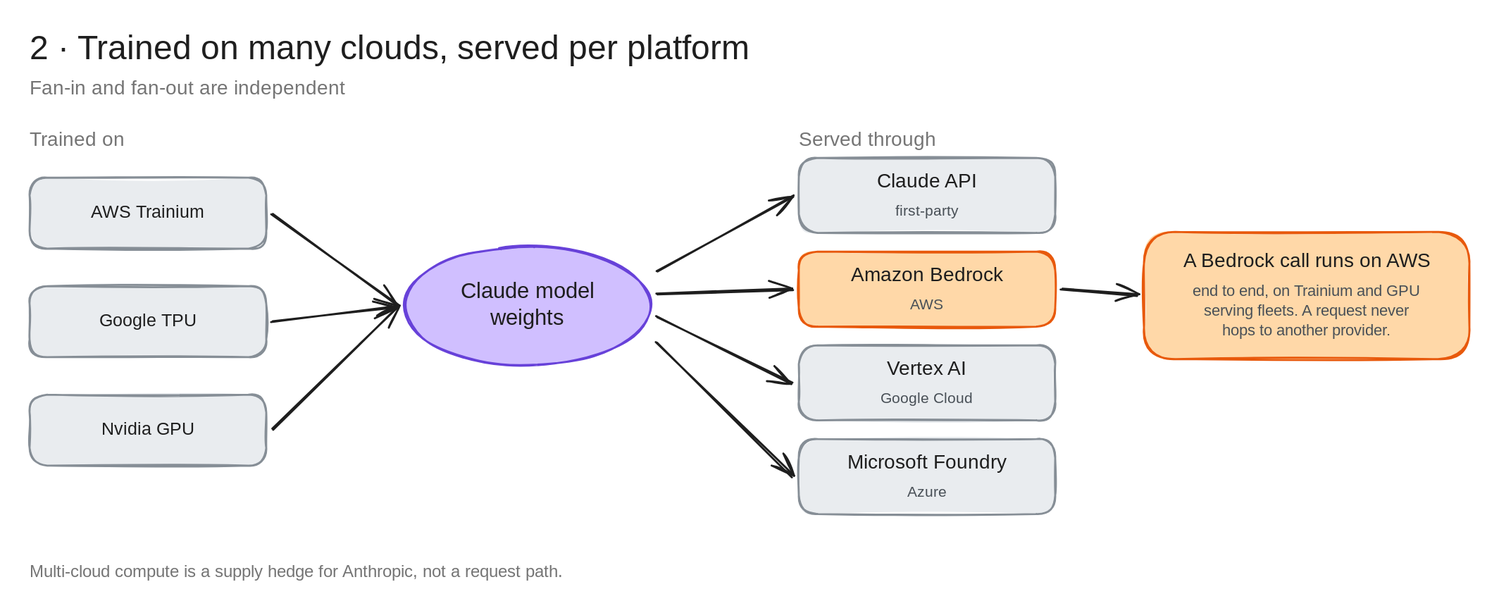
This is architecture-diagrams/claude-on-bedrock-excalidraw/diagrams/2-distribution.excalidraw.svg from bsnehanshu/slides, a Excalidraw export, as it was before one commit. Source tidied: one line per element, renumbered; positions are measured from the earlier drawing's top-left corner, leaving out a move shared by most shapes.
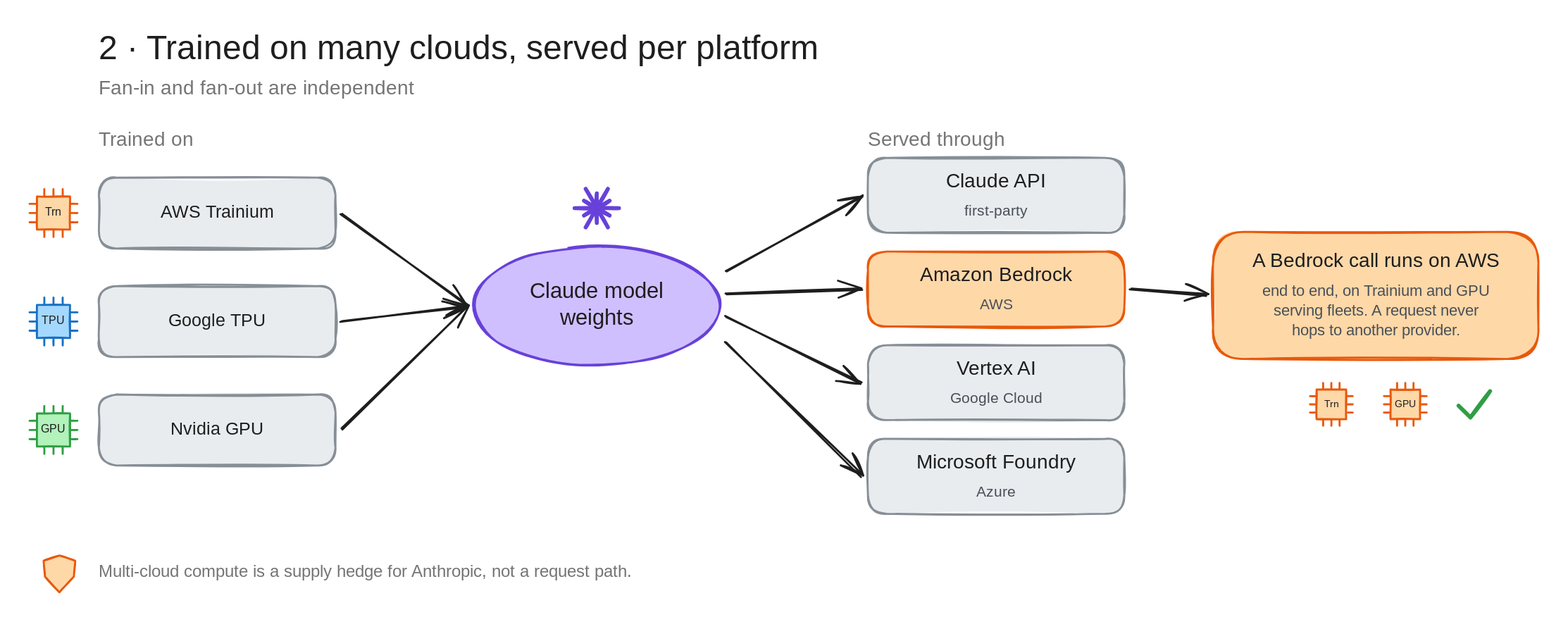
Above is the later version.

What changed in the source:
```diff
@@ -33,4 +33,88 @@
 {"id": 32, "type": "text", "text": "A Bedrock call runs on AWS", "strokeColor": "#1e1e1e", "strokeWidth": 2, "roughness": 1, "fontSize": 20, "fontFamily": 5, "textAlign": "center", "x": 1160, "y": 223, "width": 270, "height": 25}
 {"id": 33, "type": "text", "text": "end to end, on Trainium and GPU\nserving fleets. A request never\nhops to another provider.", "strokeColor": "#495057", "strokeWidth": 2, "roughness": 1, "fontSize": 16, "fontFamily": 5, "textAlign": "center", "x": 1164, "y": 256, "width": 261, "height": 60}
 {"id": 34, "type": "arrow", "strokeColor": "#1e1e1e", "strokeWidth": 2, "roughness": 1, "endArrowhead": "arrow", "round": true, "from": 15, "to": 31, "x": 1046, "y": 263, "width": 78, "height": 6, "points": [[0, 0], [78, 6]]}
+{"id": 36, "type": "line", "strokeColor": "#e8590c", "strokeWidth": 2, "roughness": 1, "x": -55, "y": 162, "width": 0, "height": 7, "points": [[0, 0], [0, 7]]}
+{"id": 37, "type": "line", "strokeColor": "#e8590c", "strokeWidth": 2, "roughness": 1, "x": -55, "y": 203, "width": 0, "height": 7, "points": [[0, 0], [0, 7]]}
+{"id": 38, "type": "line", "strokeColor": "#e8590c", "strokeWidth": 2, "roughness": 1, "x": -70, "y": 177, "width": 7, "height": 0, "points": [[0, 0], [7, 0]]}
+{"id": 39, "type": "line", "strokeColor": "#e8590c", "strokeWidth": 2, "roughness": 1, "x": -29, "y": 177, "width": 7, "height": 0, "points": [[0, 0], [7, 0]]}
+{"id": 40, "type": "line", "strokeColor": "#e8590c", "strokeWidth": 2, "roughness": 1, "x": -46, "y": 162, "width": 0, "height": 7, "points": [[0, 0], [0, 7]]}
+{"id": 41, "type": "line", "strokeColor": "#e8590c", "strokeWidth": 2, "roughness": 1, "x": -46, "y": 203, "width": 0, "height": 7, "points": [[0, 0], [0, 7]]}
+{"id": 42, "type": "line", "strokeColor": "#e8590c", "strokeWidth": 2, "roughness": 1, "x": -70, "y": 186, "width": 7, "height": 0, "points": [[0, 0], [7, 0]]}
+{"id": 43, "type": "line", "strokeColor": "#e8590c", "strokeWidth": 2, "roughness": 1, "x": -29, "y": 186, "width": 7, "height": 0, "points": [[0, 0], [7, 0]]}
+{"id": 44, "type": "line", "strokeColor": "#e8590c", "strokeWidth": 2, "roughness": 1, "x": -37, "y": 162, "width": 0, "height": 7, "points": [[0, 0], [0, 7]]}
+{"id": 45, "type": "line", "strokeColor": "#e8590c", "strokeWidth": 2, "roughness": 1, "x": -37, "y": 203, "width": 0, "height": 7, "points": [[0, 0], [0, 7]]}
+{"id": 46, "type": "line", "strokeColor": "#e8590c", "strokeWidth": 2, "roughness": 1, "x": -70, "y": 195, "width": 7, "height": 0, "points": [[0, 0], [7, 0]]}
+{"id": 47, "type": "line", "strokeColor": "#e8590c", "strokeWidth": 2, "roughness": 1, "x": -29, "y": 195, "width": 7, "height": 0, "points": [[0, 0], [7, 0]]}
+{"id": 48, "type": "rectangle", "strokeColor": "#e8590c", "backgroundColor": "#ffd8a8", "fillStyle": "solid", "strokeWidth": 2, "roughness": 1, "x": -63, "y": 169, "width": 34, "height": 34}
+{"id": 49, "type": "text", "text": "Trn", "strokeColor": "#1e1e1e", "strokeWidth": 2, "roughness": 1, "fontSize": 11.2, "fontFamily": 5, "textAlign": "center", "x": -57, "y": 179, "width": 22, "height": 14}
+{"id": 50, "type": "line", "strokeColor": "#1971c2", "strokeWidth": 2, "roughness": 1, "x": -55, "y": 272, "width": 0, "height": 7, "points": [[0, 0], [0, 7]]}
+{"id": 51, "type": "line", "strokeColor": "#1971c2", "strokeWidth": 2, "roughness": 1, "x": -55, "y": 313, "width": 0, "height": 7, "points": [[0, 0], [0, 7]]}
+{"id": 52, "type": "line", "strokeColor": "#1971c2", "strokeWidth": 2, "roughness": 1, "x": -70, "y": 287, "width": 7, "height": 0, "points": [[0, 0], [7, 0]]}
+{"id": 53, "type": "line", "strokeColor": "#1971c2", "strokeWidth": 2, "roughness": 1, "x": -29, "y": 287, "width": 7, "height": 0, "points": [[0, 0], [7, 0]]}
+{"id": 54, "type": "line", "strokeColor": "#1971c2", "strokeWidth": 2, "roughness": 1, "x": -46, "y": 272, "width": 0, "height": 7, "points": [[0, 0], [0, 7]]}
+{"id": 55, "type": "line", "strokeColor": "#1971c2", "strokeWidth": 2, "roughness": 1, "x": -46, "y": 313, "width": 0, "height": 7, "points": [[0, 0], [0, 7]]}
+{"id": 56, "type": "line", "strokeColor": "#1971c2", "strokeWidth": 2, "roughness": 1, "x": -70, "y": 296, "width": 7, "height": 0, "points": [[0, 0], [7, 0]]}
+{"id": 57, "type": "line", "strokeColor": "#1971c2", "strokeWidth": 2, "roughness": 1, "x": -29, "y": 296, "width": 7, "height": 0, "points": [[0, 0], [7, 0]]}
+{"id": 58, "type": "line", "strokeColor": "#1971c2", "strokeWidth": 2, "roughness": 1, "x": -37, "y": 272, "width": 0, "height": 7, "points": [[0, 0], [0, 7]]}
+{"id": 59, "type": "line", "strokeColor": "#1971c2", "strokeWidth": 2, "roughness": 1, "x": -37, "y": 313, "width": 0, "height": 7, "points": [[0, 0], [0, 7]]}
+{"id": 60, "type": "line", "strokeColor": "#1971c2", "strokeWidth": 2, "roughness": 1, "x": -70, "y": 305, "width": 7, "height": 0, "points": [[0, 0], [7, 0]]}
+{"id": 61, "type": "line", "strokeColor": "#1971c2", "strokeWidth": 2, "roughness": 1, "x": -29, "y": 305, "width": 7, "height": 0, "points": [[0, 0], [7, 0]]}
+{"id": 62, "type": "rectangle", "strokeColor": "#1971c2", "backgroundColor": "#a5d8ff", "fillStyle": "solid", "strokeWidth": 2, "roughness": 1, "x": -63, "y": 279, "width": 34, "height": 34}
+{"id": 63, "type": "text", "text": "TPU", "strokeColor": "#1e1e1e", "strokeWidth": 2, "roughness": 1, "fontSize": 11.2, "fontFamily": 5, "textAlign": "center", "x": -60, "y": 289, "width": 28, "height": 14}
+{"id": 64, "type": "line", "strokeColor": "#2f9e44", "strokeWidth": 2, "roughness": 1, "x": -55, "y": 382, "width": 0, "height": 7, "points": [[0, 0], [0, 7]]}
+{"id": 65, "type": "line", "strokeColor": "#2f9e44", "strokeWidth": 2, "roughness": 1, "x": -55, "y": 423, "width": 0, "height": 7, "points": [[0, 0], [0, 7]]}
+{"id": 66, "type": "line", "strokeColor": "#2f9e44", "strokeWidth": 2, "roughness": 1, "x": -70, "y": 397, "width": 7, "height": 0, "points": [[0, 0], [7, 0]]}
+{"id": 67, "type": "line", "strokeColor": "#2f9e44", "strokeWidth": 2, "roughness": 1, "x": -29, "y": 397, "width": 7, "height": 0, "points": [[0, 0], [7, 0]]}
+{"id": 68, "type": "line", "strokeColor": "#2f9e44", "strokeWidth": 2, "roughness": 1, "x": -46, "y": 382, "width": 0, "height": 7, "points": [[0, 0], [0, 7]]}
+{"id": 69, "type": "line", "strokeColor": "#2f9e44", "strokeWidth": 2, "roughness": 1, "x": -46, "y": 423, "width": 0, "height": 7, "points": [[0, 0], [0, 7]]}
+{"id": 70, "type": "line", "strokeColor": "#2f9e44", "strokeWidth": 2, "roughness": 1, "x": -70, "y": 406, "width": 7, "height": 0, "points": [[0, 0], [7, 0]]}
+{"id": 71, "type": "line", "strokeColor": "#2f9e44", "strokeWidth": 2, "roughness": 1, "x": -29, "y": 406, "width": 7, "height": 0, "points": [[0, 0], [7, 0]]}
+{"id": 72, "type": "line", "strokeColor": "#2f9e44", "strokeWidth": 2, "roughness": 1, "x": -37, "y": 382, "width": 0, "height": 7, "points": [[0, 0], [0, 7]]}
+{"id": 73, "type": "line", "strokeColor": "#2f9e44", "strokeWidth": 2, "roughness": 1, "x": -37, "y": 423, "width": 0, "height": 7, "points": [[0, 0], [0, 7]]}
+{"id": 74, "type": "line", "strokeColor": "#2f9e44", "strokeWidth": 2, "roughness": 1, "x": -70, "y": 415, "width": 7, "height": 0, "points": [[0, 0], [7, 0]]}
+{"id": 75, "type": "line", "strokeColor": "#2f9e44", "strokeWidth": 2, "roughness": 1, "x": -29, "y": 415, "width": 7, "height": 0, "points": [[0, 0], [7, 0]]}
+{"id": 76, "type": "rectangle", "strokeColor": "#2f9e44", "backgroundColor": "#b2f2bb", "fillStyle": "solid", "strokeWidth": 2, "roughness": 1, "x": -63, "y": 389, "width": 34, "height": 34}
+{"id": 77, "type": "text", "text": "GPU", "strokeColor": "#1e1e1e", "strokeWidth": 2, "roughness": 1, "fontSize": 11.2, "fontFamily": 5, "textAlign": "center", "x": -60, "y": 399, "width": 27, "height": 14}
+{"id": 78, "type": "line", "strokeColor": "#6741d9", "strokeWidth": 4, "roughness": 1, "x": 505, "y": 181, "width": 22, "height": 0, "points": [[0, 0], [22, 0]]}
+{"id": 79, "type": "line", "strokeColor": "#6741d9", "strokeWidth": 4, "roughness": 1, "x": 505, "y": 181, "width": 13, "height": 8, "points": [[0, 0], [13, 8]]}
+{"id": 80, "type": "line", "strokeColor": "#6741d9", "strokeWidth": 4, "roughness": 1, "x": 505, "y": 181, "width": 11, "height": 19, "points": [[0, 0], [11, 19]]}
+{"id": 81, "type": "line", "strokeColor": "#6741d9", "strokeWidth": 4, "roughness": 1, "x": 505, "y": 181, "width": 0, "height": 15, "points": [[0, 0], [0, 15]]}
+{"id": 82, "type": "line", "strokeColor": "#6741d9", "strokeWidth": 4, "roughness": 1, "x": 505, "y": 181, "width": 11, "height": 19, "points": [[0, 0], [-11, 19]]}
+{"id": 83, "type": "line", "strokeColor": "#6741d9", "strokeWidth": 4, "roughness": 1, "x": 505, "y": 181, "width": 13, "height": 8, "points": [[0, 0], [-13, 8]]}
+{"id": 84, "type": "line", "strokeColor": "#6741d9", "strokeWidth": 4, "roughness": 1, "x": 505, "y": 181, "width": 22, "height": 0, "points": [[0, 0], [-22, 0]]}
+{"id": 85, "type": "line", "strokeColor": "#6741d9", "strokeWidth": 4, "roughness": 1, "x": 505, "y": 181, "width": 13, "height": 7, "points": [[0, 0], [-13, -7]]}
+{"id": 86, "type": "line", "strokeColor": "#6741d9", "strokeWidth": 4, "roughness": 1, "x": 505, "y": 181, "width": 11, "height": 19, "points": [[0, 0], [-11, -19]]}
+{"id": 87, "type": "line", "strokeColor": "#6741d9", "strokeWidth": 4, "roughness": 1, "x": 505, "y": 181, "width": 0, "height": 15, "points": [[0, 0], [0, -15]]}
+{"id": 88, "type": "line", "strokeColor": "#6741d9", "strokeWidth": 4, "roughness": 1, "x": 505, "y": 181, "width": 11, "height": 19, "points": [[0, 0], [11, -19]]}
+{"id": 89, "type": "line", "strokeColor": "#6741d9", "strokeWidth": 4, "roughness": 1, "x": 505, "y": 181, "width": 13, "height": 8, "points": [[0, 0], [13, -8]]}
+{"id": 90, "type": "line", "strokeColor": "#e8590c", "strokeWidth": 2, "roughness": 1, "x": 1242, "y": 358, "width": 0, "height": 7, "points": [[0, 0], [0, 7]]}
+{"id": 91, "type": "line", "strokeColor": "#e8590c", "strokeWidth": 2, "roughness": 1, "x": 1242, "y": 395, "width": 0, "height": 7, "points": [[0, 0], [0, 7]]}
+{"id": 92, "type": "line", "strokeColor": "#e8590c", "strokeWidth": 2, "roughness": 1, "x": 1228, "y": 372, "width": 7, "height": 0, "points": [[0, 0], [7, 0]]}
+{"id": 93, "type": "line", "strokeColor": "#e8590c", "strokeWidth": 2, "roughness": 1, "x": 1265, "y": 372, "width": 7, "height": 0, "points": [[0, 0], [7, 0]]}
+{"id": 94, "type": "line", "strokeColor": "#e8590c", "strokeWidth": 2, "roughness": 1, "x": 1250, "y": 358, "width": 0, "height": 7, "points": [[0, 0], [0, 7]]}
+{"id": 95, "type": "line", "strokeColor": "#e8590c", "strokeWidth": 2, "roughness": 1, "x": 1250, "y": 395, "width": 0, "height": 7, "points": [[0, 0], [0, 7]]}
+{"id": 96, "type": "line", "strokeColor": "#e8590c", "strokeWidth": 2, "roughness": 1, "x": 1228, "y": 380, "width": 7, "height": 0, "points": [[0, 0], [7, 0]]}
+{"id": 97, "type": "line", "strokeColor": "#e8590c", "strokeWidth": 2, "roughness": 1, "x": 1265, "y": 380, "width": 7, "height": 0, "points": [[0, 0], [7, 0]]}
+{"id": 98, "type": "line", "strokeColor": "#e8590c", "strokeWidth": 2, "roughness": 1, "x": 1258, "y": 358, "width": 0, "height": 7, "points": [[0, 0], [0, 7]]}
+{"id": 99, "type": "line", "strokeColor": "#e8590c", "strokeWidth": 2, "roughness": 1, "x": 1258, "y": 395, "width": 0, "height": 7, "points": [[0, 0], [0, 7]]}
+{"id": 100, "type": "line", "strokeColor": "#e8590c", "strokeWidth": 2, "roughness": 1, "x": 1228, "y": 388, "width": 7, "height": 0, "points": [[0, 0], [7, 0]]}
+{"id": 101, "type": "line", "strokeColor": "#e8590c", "strokeWidth": 2, "roughness": 1, "x": 1265, "y": 388, "width": 7, "height": 0, "points": [[0, 0], [7, 0]]}
+{"id": 102, "type": "rectangle", "strokeColor": "#e8590c", "backgroundColor": "#ffd8a8", "fillStyle": "solid", "strokeWidth": 2, "roughness": 1, "x": 1235, "y": 365, "width": 30, "height": 30}
+{"id": 103, "type": "text", "text": "Trn", "strokeColor": "#1e1e1e", "strokeWidth": 2, "roughness": 1, "fontSize": 10, "fontFamily": 5, "textAlign": "center", "x": 1240, "y": 374, "width": 20, "height": 12}
+{"id": 104, "type": "line", "strokeColor": "#e8590c", "strokeWidth": 2, "roughness": 1, "x": 1317, "y": 358, "width": 0, "height": 7, "points": [[0, 0], [0, 7]]}
+{"id": 105, "type": "line", "strokeColor": "#e8590c", "strokeWidth": 2, "roughness": 1, "x": 1317, "y": 395, "width": 0, "height": 7, "points": [[0, 0], [0, 7]]}
+{"id": 106, "type": "line", "strokeColor": "#e8590c", "strokeWidth": 2, "roughness": 1, "x": 1303, "y": 372, "width": 7, "height": 0, "points": [[0, 0], [7, 0]]}
+{"id": 107, "type": "line", "strokeColor": "#e8590c", "strokeWidth": 2, "roughness": 1, "x": 1340, "y": 372, "width": 7, "height": 0, "points": [[0, 0], [7, 0]]}
+{"id": 108, "type": "line", "strokeColor": "#e8590c", "strokeWidth": 2, "roughness": 1, "x": 1325, "y": 358, "width": 0, "height": 7, "points": [[0, 0], [0, 7]]}
+{"id": 109, "type": "line", "strokeColor": "#e8590c", "strokeWidth": 2, "roughness": 1, "x": 1325, "y": 395, "width": 0, "height": 7, "points": [[0, 0], [0, 7]]}
+{"id": 110, "type": "line", "strokeColor": "#e8590c", "strokeWidth": 2, "roughness": 1, "x": 1303, "y": 380, "width": 7, "height": 0, "points": [[0, 0], [7, 0]]}
+{"id": 111, "type": "line", "strokeColor": "#e8590c", "strokeWidth": 2, "roughness": 1, "x": 1340, "y": 380, "width": 7, "height": 0, "points": [[0, 0], [7, 0]]}
+{"id": 112, "type": "line", "strokeColor": "#e8590c", "strokeWidth": 2, "roughness": 1, "x": 1333, "y": 358, "width": 0, "height": 7, "points": [[0, 0], [0, 7]]}
+{"id": 113, "type": "line", "strokeColor": "#e8590c", "strokeWidth": 2, "roughness": 1, "x": 1333, "y": 395, "width": 0, "height": 7, "points": [[0, 0], [0, 7]]}
+{"id": 114, "type": "line", "strokeColor": "#e8590c", "strokeWidth": 2, "roughness": 1, "x": 1303, "y": 388, "width": 7, "height": 0, "points": [[0, 0], [7, 0]]}
+{"id": 115, "type": "line", "strokeColor": "#e8590c", "strokeWidth": 2, "roughness": 1, "x": 1340, "y": 388, "width": 7, "height": 0, "points": [[0, 0], [7, 0]]}
+{"id": 116, "type": "rectangle", "strokeColor": "#e8590c", "backgroundColor": "#ffd8a8", "fillStyle": "solid", "strokeWidth": 2, "roughness": 1, "x": 1310, "y": 365, "width": 30, "height": 30}
+{"id": 117, "type": "text", "text": "GPU", "strokeColor": "#1e1e1e", "strokeWidth": 2, "roughness": 1, "fontSize": 10, "fontFamily": 5, "textAlign": "center", "x": 1312, "y": 374, "width": 25, "height": 12}
+{"id": 118, "type": "line", "strokeColor": "#2f9e44", "strokeWidth": 4, "roughness": 1, "x": 1379, "y": 381, "width": 32, "height": 27, "points": [[0, 0], [12, 12], [32, -15]]}
+{"id": 119, "type": "line", "strokeColor": "#e8590c", "backgroundColor": "#ffd8a8", "fillStyle": "solid", "strokeWidth": 2, "roughness": 1, "x": -40, "y": 533, "width": 32, "height": 37, "points": [[0, 0], [16, 5], [15, 21], [0, 37], [-15, 21], [-16, 5], [0, 0]]}
 {"id": 35, "type": "text", "text": "Multi-cloud compute is a supply hedge for Anthropic, not a request path.", "strokeColor": "#757575", "strokeWidth": 2, "roughness": 1, "fontSize": 17, "fontFamily": 5, "x": 0, "y": 540, "width": 605, "height": 21}
```
